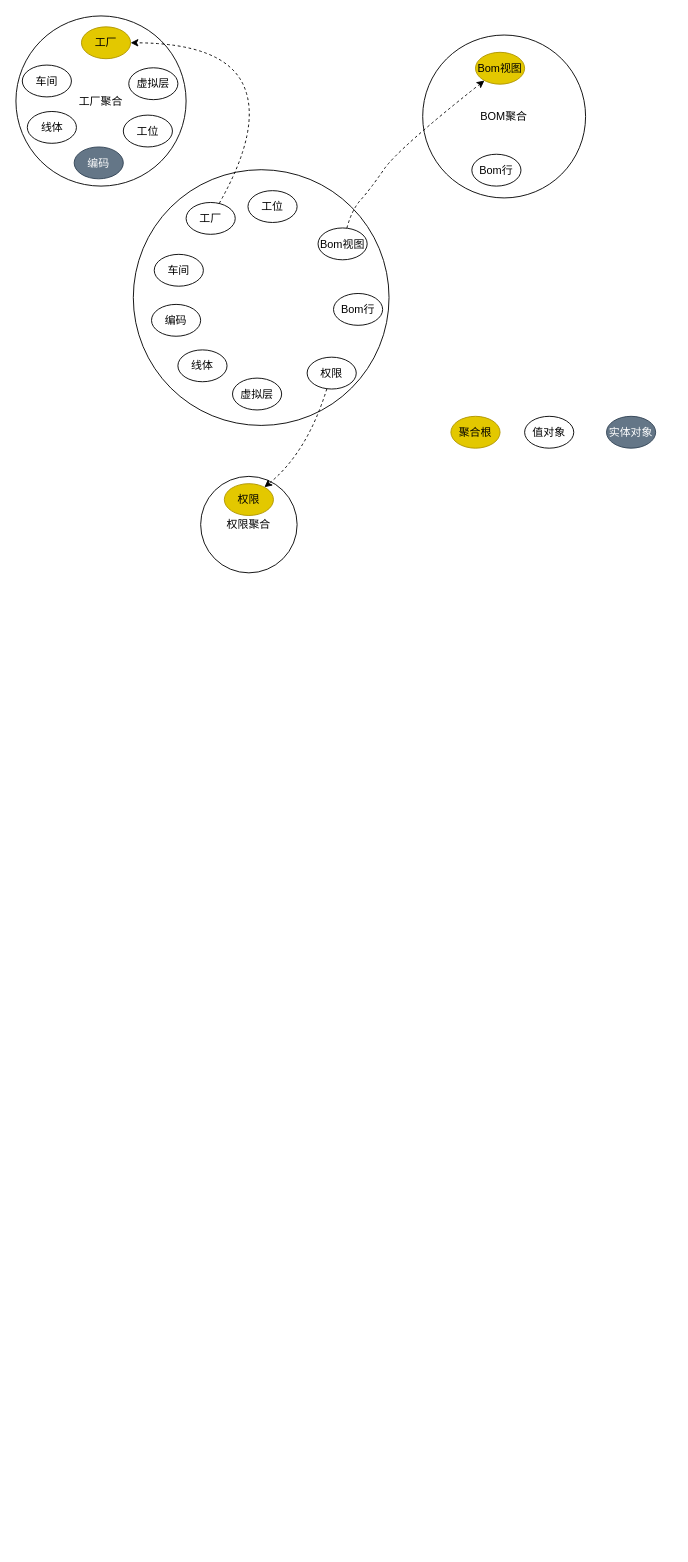
Earlier version of the draw.io diagram long wall ddd.drawio (upsideDownBird/Gallery). Source tidied: cells renumbered, new cells numbered last; positions are measured from the earlier drawing's top-left corner, leaving out a move shared by most shapes. Both pictures are drawn from the tidied source at 91%, with x=0, y=0 at pixel (15, 15).
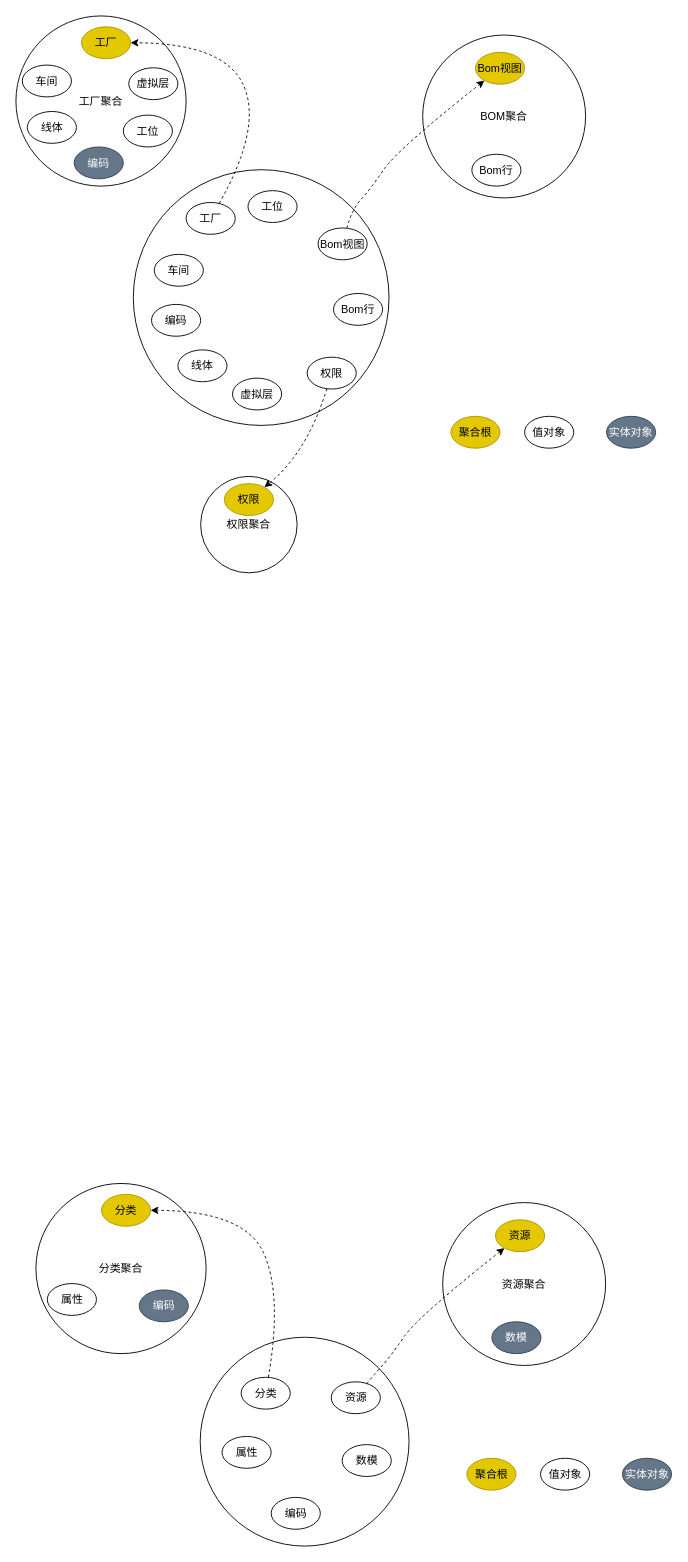
The same page after the edit.

What changed in the source:
```diff
@@
+    <mxCell id="30" style="ellipse;whiteSpace=wrap;html=1;" parent="1" vertex="1">
+      <mxGeometry x="202.5" y="1452" width="229.5" height="229.5" as="geometry" />
+    </mxCell>
+    <mxCell id="31" value="分类" style="ellipse;whiteSpace=wrap;html=1;" parent="1" vertex="1">
+      <mxGeometry x="247.5" y="1496" width="54" height="35" as="geometry" />
+    </mxCell>
+    <mxCell id="32" value="属性" style="ellipse;whiteSpace=wrap;html=1;" parent="1" vertex="1">
+      <mxGeometry x="226.5" y="1561" width="54" height="35" as="geometry" />
+    </mxCell>
+    <mxCell id="33" value="资源" style="ellipse;whiteSpace=wrap;html=1;" parent="1" vertex="1">
+      <mxGeometry x="346.5" y="1501" width="54" height="35" as="geometry" />
+    </mxCell>
+    <mxCell id="34" value="数模" style="ellipse;whiteSpace=wrap;html=1;" parent="1" vertex="1">
+      <mxGeometry x="358.5" y="1570" width="54" height="35" as="geometry" />
+    </mxCell>
+    <mxCell id="35" value="编码" style="ellipse;whiteSpace=wrap;html=1;" parent="1" vertex="1">
+      <mxGeometry x="280.5" y="1628" width="54" height="35" as="geometry" />
+    </mxCell>
+    <mxCell id="36" value="分类聚合" style="ellipse;whiteSpace=wrap;html=1;" parent="1" vertex="1">
+      <mxGeometry x="22" y="1283" width="187" height="187" as="geometry" />
+    </mxCell>
+    <mxCell id="37" value="分类" style="ellipse;whiteSpace=wrap;html=1;fillColor=#e3c800;fontColor=#000000;strokeColor=#B09500;" parent="1" vertex="1">
+      <mxGeometry x="94" y="1295" width="54" height="35" as="geometry" />
+    </mxCell>
+    <mxCell id="38" value="属性" style="ellipse;whiteSpace=wrap;html=1;" parent="1" vertex="1">
+      <mxGeometry x="34.5" y="1393" width="54" height="35" as="geometry" />
+    </mxCell>
+    <mxCell id="39" value="编码" style="ellipse;whiteSpace=wrap;html=1;fillColor=#647687;strokeColor=#314354;fontColor=#ffffff;" parent="1" vertex="1">
+      <mxGeometry x="135.5" y="1400" width="54" height="35" as="geometry" />
+    </mxCell>
+    <mxCell id="40" style="curved=1;endArrow=classic;html=1;rounded=0;dashed=1;" parent="1" edge="1" source="31" target="37">
+      <mxGeometry relative="1" as="geometry">
+        <Array as="points">
+          <mxPoint x="293" y="1405" />
+          <mxPoint x="251" y="1313" />
+        </Array>
+      </mxGeometry>
+    </mxCell>
+    <mxCell id="41" value="资源聚合" style="ellipse;whiteSpace=wrap;html=1;" parent="1" vertex="1">
+      <mxGeometry x="469" y="1304" width="179" height="179" as="geometry" />
+    </mxCell>
+    <mxCell id="42" value="资源" style="ellipse;whiteSpace=wrap;html=1;fillColor=#e3c800;fontColor=#000000;strokeColor=#B09500;" parent="1" vertex="1">
+      <mxGeometry x="527" y="1323" width="54" height="35" as="geometry" />
+    </mxCell>
+    <mxCell id="43" value="数模" style="ellipse;whiteSpace=wrap;html=1;fillColor=#647687;fontColor=#ffffff;strokeColor=#314354;" parent="1" vertex="1">
+      <mxGeometry x="523" y="1435" width="54" height="35" as="geometry" />
+    </mxCell>
+    <mxCell id="44" style="curved=1;endArrow=classic;html=1;rounded=0;dashed=1;" parent="1" edge="1" source="33" target="42">
+      <mxGeometry relative="1" as="geometry">
+        <Array as="points">
+          <mxPoint x="391" y="1496" />
+          <mxPoint x="411" y="1474" />
+          <mxPoint x="442" y="1429" />
+        </Array>
+      </mxGeometry>
+    </mxCell>
+    <mxCell id="45" value="聚合根" style="ellipse;whiteSpace=wrap;html=1;fillColor=#e3c800;fontColor=#000000;strokeColor=#B09500;" parent="1" vertex="1">
+      <mxGeometry x="495.5" y="1585" width="54" height="35" as="geometry" />
+    </mxCell>
+    <mxCell id="46" value="值对象" style="ellipse;whiteSpace=wrap;html=1;" parent="1" vertex="1">
+      <mxGeometry x="576.5" y="1585" width="54" height="35" as="geometry" />
+    </mxCell>
+    <mxCell id="47" value="实体对象" style="ellipse;whiteSpace=wrap;html=1;fillColor=#647687;strokeColor=#314354;fontColor=#ffffff;" parent="1" vertex="1">
+      <mxGeometry x="666.5" y="1585" width="54" height="35" as="geometry" />
+    </mxCell>
```
